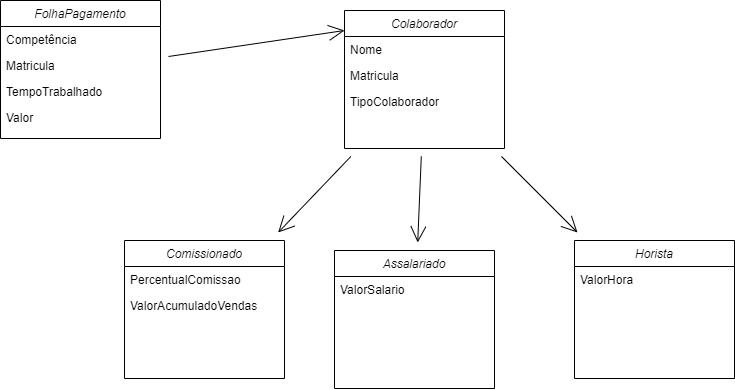
The draw.io diagram diagrama-classes.png in sapoNinja27/EngenhariaSoftware, before a commit. Source tidied: cells renumbered, new cells last; positions are measured from the earlier drawing's top-left corner, leaving out a move shared by most shapes.
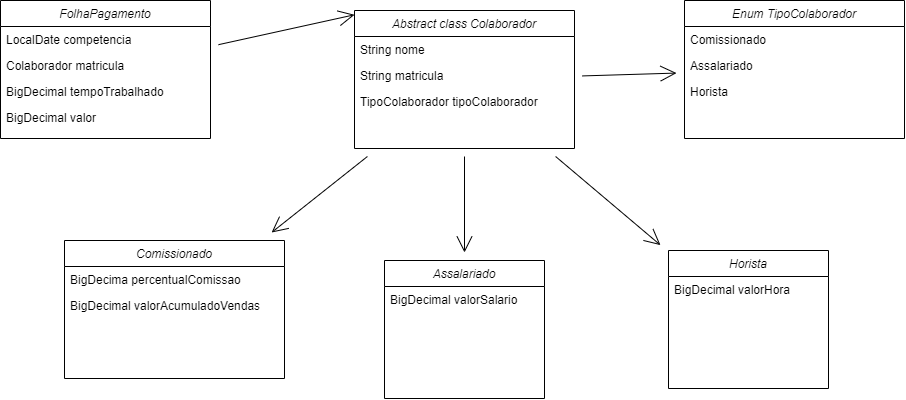
After the change.

Diff of the diagram source:
```diff
@@ -11,58 +11,71 @@
     <mxCell id="4" style="edgeStyle=none;curved=1;rounded=0;jettySize=auto;html=1;endArrow=open;startSize=14;endSize=14;sourcePerimeterSpacing=8;targetPerimeterSpacing=8;" parent="1" edge="1" source="5" target="14">
       <mxGeometry relative="1" as="geometry" />
     </mxCell>
+    <mxCell id="22" style="edgeStyle=none;curved=1;rounded=0;jettySize=auto;html=1;endArrow=open;startSize=14;endSize=14;sourcePerimeterSpacing=8;targetPerimeterSpacing=8;" parent="1" edge="1" source="5" target="23">
+      <mxGeometry relative="1" as="geometry" />
+    </mxCell>
-    <mxCell id="5" value="Colaborador" style="swimlane;fontStyle=2;align=center;verticalAlign=top;horizontal=1;startSize=26;rounded=0;shadow=0;strokeWidth=1;" parent="1" vertex="1">
-      <mxGeometry x="344" y="10" width="160" height="138" as="geometry" />
+    <mxCell id="5" value="Abstract class Colaborador" style="swimlane;fontStyle=2;align=center;verticalAlign=top;horizontal=1;startSize=26;rounded=0;shadow=0;strokeWidth=1;" parent="1" vertex="1">
+      <mxGeometry x="354" y="10" width="220" height="138" as="geometry" />
     </mxCell>
-    <mxCell id="6" value="Nome" style="text;align=left;verticalAlign=top;spacingLeft=4;spacingRight=4;overflow=hidden;" parent="5" vertex="1">
-      <mxGeometry y="26" width="160" height="26" as="geometry" />
+    <mxCell id="6" value="String nome" style="text;align=left;verticalAlign=top;spacingLeft=4;spacingRight=4;overflow=hidden;" parent="5" vertex="1">
+      <mxGeometry y="26" width="220" height="26" as="geometry" />
     </mxCell>
-    <mxCell id="7" value="Matricula" style="text;align=left;verticalAlign=top;spacingLeft=4;spacingRight=4;overflow=hidden;rounded=0;shadow=0;html=0;" parent="5" vertex="1">
-      <mxGeometry y="52" width="160" height="26" as="geometry" />
+    <mxCell id="7" value="String matricula" style="text;align=left;verticalAlign=top;spacingLeft=4;spacingRight=4;overflow=hidden;rounded=0;shadow=0;html=0;" parent="5" vertex="1">
+      <mxGeometry y="52" width="220" height="26" as="geometry" />
     </mxCell>
-    <mxCell id="8" value="TipoColaborador" style="text;align=left;verticalAlign=top;spacingLeft=4;spacingRight=4;overflow=hidden;rounded=0;shadow=0;html=0;" parent="5" vertex="1">
-      <mxGeometry y="78" width="160" height="26" as="geometry" />
+    <mxCell id="8" value="TipoColaborador tipoColaborador" style="text;align=left;verticalAlign=top;spacingLeft=4;spacingRight=4;overflow=hidden;rounded=0;shadow=0;html=0;" parent="5" vertex="1">
+      <mxGeometry y="78" width="220" height="26" as="geometry" />
     </mxCell>
     <mxCell id="9" value="Comissionado" style="swimlane;fontStyle=2;align=center;verticalAlign=top;horizontal=1;startSize=26;rounded=0;shadow=0;strokeWidth=1;" parent="1" vertex="1">
-      <mxGeometry x="124" y="240" width="160" height="138" as="geometry" />
+      <mxGeometry x="64" y="240" width="220" height="138" as="geometry" />
     </mxCell>
-    <mxCell id="10" value="PercentualComissao" style="text;align=left;verticalAlign=top;spacingLeft=4;spacingRight=4;overflow=hidden;" parent="9" vertex="1">
-      <mxGeometry y="26" width="160" height="26" as="geometry" />
+    <mxCell id="10" value="BigDecima percentualComissao" style="text;align=left;verticalAlign=top;spacingLeft=4;spacingRight=4;overflow=hidden;" parent="9" vertex="1">
+      <mxGeometry y="26" width="220" height="26" as="geometry" />
     </mxCell>
-    <mxCell id="11" value="ValorAcumuladoVendas" style="text;align=left;verticalAlign=top;spacingLeft=4;spacingRight=4;overflow=hidden;rounded=0;shadow=0;html=0;" parent="9" vertex="1">
-      <mxGeometry y="52" width="160" height="26" as="geometry" />
+    <mxCell id="11" value="BigDecimal valorAcumuladoVendas" style="text;align=left;verticalAlign=top;spacingLeft=4;spacingRight=4;overflow=hidden;rounded=0;shadow=0;html=0;" parent="9" vertex="1">
+      <mxGeometry y="52" width="220" height="26" as="geometry" />
     </mxCell>
     <mxCell id="12" value="Assalariado" style="swimlane;fontStyle=2;align=center;verticalAlign=top;horizontal=1;startSize=26;rounded=0;shadow=0;strokeWidth=1;" parent="1" vertex="1">
-      <mxGeometry x="334" y="250" width="160" height="138" as="geometry" />
+      <mxGeometry x="384" y="260" width="160" height="138" as="geometry" />
     </mxCell>
-    <mxCell id="13" value="ValorSalario" style="text;align=left;verticalAlign=top;spacingLeft=4;spacingRight=4;overflow=hidden;" parent="12" vertex="1">
+    <mxCell id="13" value="BigDecimal valorSalario" style="text;align=left;verticalAlign=top;spacingLeft=4;spacingRight=4;overflow=hidden;" parent="12" vertex="1">
       <mxGeometry y="26" width="160" height="26" as="geometry" />
     </mxCell>
     <mxCell id="14" value="Horista" style="swimlane;fontStyle=2;align=center;verticalAlign=top;horizontal=1;startSize=26;rounded=0;shadow=0;strokeWidth=1;" parent="1" vertex="1">
-      <mxGeometry x="574" y="240" width="160" height="138" as="geometry" />
+      <mxGeometry x="668" y="250" width="160" height="138" as="geometry" />
     </mxCell>
-    <mxCell id="15" value="ValorHora" style="text;align=left;verticalAlign=top;spacingLeft=4;spacingRight=4;overflow=hidden;" parent="14" vertex="1">
+    <mxCell id="15" value="BigDecimal valorHora" style="text;align=left;verticalAlign=top;spacingLeft=4;spacingRight=4;overflow=hidden;" parent="14" vertex="1">
       <mxGeometry y="26" width="160" height="26" as="geometry" />
     </mxCell>
-    <mxCell id="16" style="edgeStyle=none;curved=1;rounded=0;jettySize=auto;html=1;endArrow=open;startSize=14;endSize=14;sourcePerimeterSpacing=8;targetPerimeterSpacing=8;" parent="1" edge="1" source="17">
-      <mxGeometry relative="1" as="geometry">
-        <mxPoint x="344" y="30" as="targetPoint" />
-      </mxGeometry>
+    <mxCell id="16" style="edgeStyle=none;curved=1;rounded=0;jettySize=auto;html=1;endArrow=open;startSize=14;endSize=14;sourcePerimeterSpacing=8;targetPerimeterSpacing=8;entryX=0;entryY=0.031;entryDx=0;entryDy=0;entryPerimeter=0;" parent="1" edge="1" source="17" target="5">
+      <mxGeometry relative="1" as="geometry" />
     </mxCell>
     <mxCell id="17" value="FolhaPagamento" style="swimlane;fontStyle=2;align=center;verticalAlign=top;horizontal=1;startSize=26;rounded=0;shadow=0;strokeWidth=1;" parent="1" vertex="1">
-      <mxGeometry width="160" height="138" as="geometry" />
+      <mxGeometry width="210" height="138" as="geometry" />
     </mxCell>
-    <mxCell id="18" value="Competência" style="text;align=left;verticalAlign=top;spacingLeft=4;spacingRight=4;overflow=hidden;" parent="17" vertex="1">
-      <mxGeometry y="26" width="160" height="26" as="geometry" />
+    <mxCell id="18" value="LocalDate competencia " style="text;align=left;verticalAlign=top;spacingLeft=4;spacingRight=4;overflow=hidden;" parent="17" vertex="1">
+      <mxGeometry y="26" width="210" height="26" as="geometry" />
     </mxCell>
-    <mxCell id="19" value="Matricula" style="text;align=left;verticalAlign=top;spacingLeft=4;spacingRight=4;overflow=hidden;rounded=0;shadow=0;html=0;" parent="17" vertex="1">
-      <mxGeometry y="52" width="160" height="26" as="geometry" />
+    <mxCell id="19" value="Colaborador matricula" style="text;align=left;verticalAlign=top;spacingLeft=4;spacingRight=4;overflow=hidden;rounded=0;shadow=0;html=0;" parent="17" vertex="1">
+      <mxGeometry y="52" width="210" height="26" as="geometry" />
     </mxCell>
-    <mxCell id="20" value="TempoTrabalhado" style="text;align=left;verticalAlign=top;spacingLeft=4;spacingRight=4;overflow=hidden;rounded=0;shadow=0;html=0;" parent="17" vertex="1">
-      <mxGeometry y="78" width="160" height="26" as="geometry" />
+    <mxCell id="20" value="BigDecimal tempoTrabalhado" style="text;align=left;verticalAlign=top;spacingLeft=4;spacingRight=4;overflow=hidden;rounded=0;shadow=0;html=0;" parent="17" vertex="1">
+      <mxGeometry y="78" width="210" height="26" as="geometry" />
     </mxCell>
-    <mxCell id="21" value="Valor" style="text;align=left;verticalAlign=top;spacingLeft=4;spacingRight=4;overflow=hidden;rounded=0;shadow=0;html=0;" parent="17" vertex="1">
-      <mxGeometry y="104" width="160" height="26" as="geometry" />
+    <mxCell id="21" value="BigDecimal valor" style="text;align=left;verticalAlign=top;spacingLeft=4;spacingRight=4;overflow=hidden;rounded=0;shadow=0;html=0;" parent="17" vertex="1">
+      <mxGeometry y="104" width="210" height="26" as="geometry" />
     </mxCell>
+    <mxCell id="23" value="Enum TipoColaborador" style="swimlane;fontStyle=2;align=center;verticalAlign=top;horizontal=1;startSize=26;rounded=0;shadow=0;strokeWidth=1;" parent="1" vertex="1">
+      <mxGeometry x="684" width="220" height="138" as="geometry" />
+    </mxCell>
+    <mxCell id="24" value="Comissionado" style="text;align=left;verticalAlign=top;spacingLeft=4;spacingRight=4;overflow=hidden;" parent="23" vertex="1">
+      <mxGeometry y="26" width="220" height="26" as="geometry" />
+    </mxCell>
+    <mxCell id="25" value="Assalariado" style="text;align=left;verticalAlign=top;spacingLeft=4;spacingRight=4;overflow=hidden;rounded=0;shadow=0;html=0;" parent="23" vertex="1">
+      <mxGeometry y="52" width="220" height="26" as="geometry" />
+    </mxCell>
+    <mxCell id="26" value="Horista" style="text;align=left;verticalAlign=top;spacingLeft=4;spacingRight=4;overflow=hidden;rounded=0;shadow=0;html=0;" parent="23" vertex="1">
+      <mxGeometry y="78" width="220" height="26" as="geometry" />
+    </mxCell>
   </root>
 </mxGraphModel>
```
